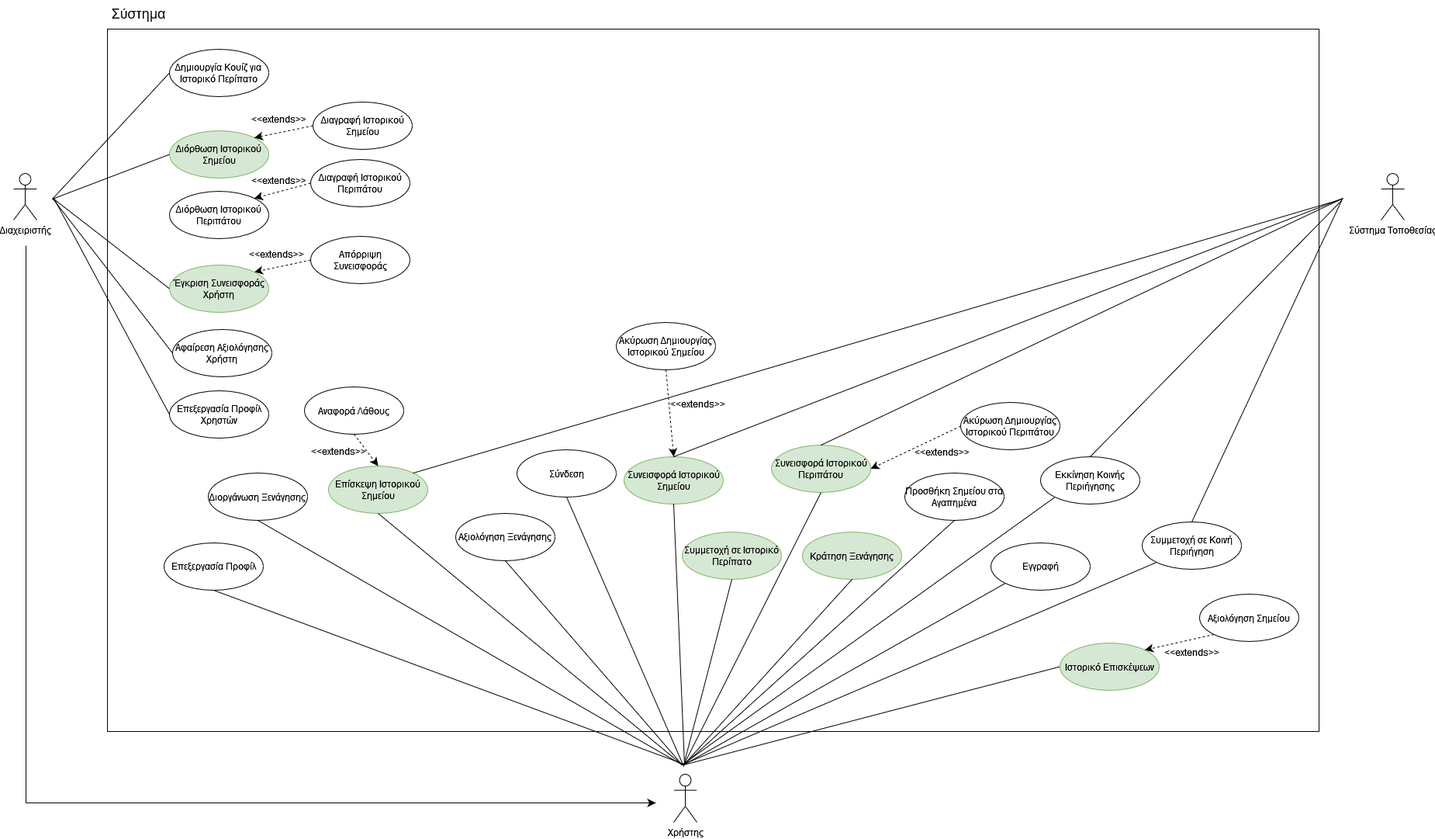
This is NOTES/Use Case Diagram v0.2.png from Nektar24/software-engineering, a draw.io export, as it was before one commit. Source tidied: cells renumbered, new cells last; positions are measured from the earlier drawing's top-left corner, leaving out a move shared by most shapes.
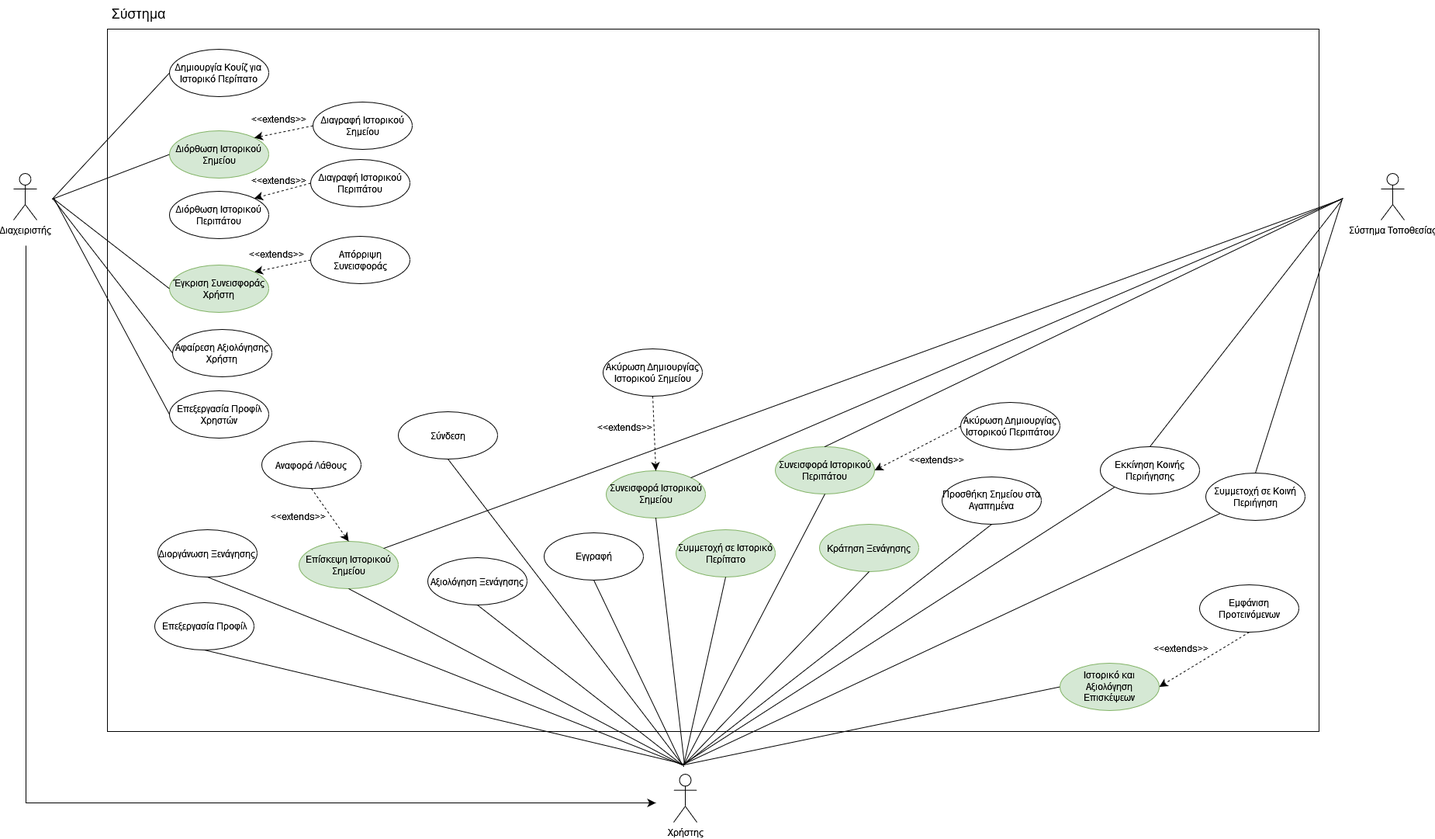
After the commit.

Commit message:
Correction in use case diagram v0.2

The edit, as a diff of the source:
```diff
@@ -78,38 +78,32 @@
       <mxGeometry x="298" y="137" width="88" height="31" as="geometry" />
     </mxCell>
     <mxCell id="23" value="Διοργάνωση Ξενάγησης" style="ellipse;whiteSpace=wrap;html=1;" parent="1" vertex="1">
-      <mxGeometry x="251" y="609" width="128" height="61" as="geometry" />
+      <mxGeometry x="186" y="682" width="128" height="61" as="geometry" />
     </mxCell>
     <mxCell id="24" value="Επεξεργασία Προφίλ" style="ellipse;whiteSpace=wrap;html=1;" parent="1" vertex="1">
-      <mxGeometry x="194" y="699" width="128" height="61" as="geometry" />
+      <mxGeometry x="182" y="776" width="128" height="61" as="geometry" />
     </mxCell>
     <mxCell id="25" value="Επίσκεψη Ιστορικού Σημείου" style="ellipse;whiteSpace=wrap;html=1;fillColor=#d5e8d4;strokeColor=#82b366;" parent="1" vertex="1">
-      <mxGeometry x="406" y="600" width="128" height="61" as="geometry" />
+      <mxGeometry x="368" y="697" width="128" height="61" as="geometry" />
     </mxCell>
-    <mxCell id="26" value="Αξιολόγηση Σημείου" style="ellipse;whiteSpace=wrap;html=1;" parent="1" vertex="1">
-      <mxGeometry x="1529" y="765" width="128" height="61" as="geometry" />
-    </mxCell>
     <mxCell id="27" value="Σύνδεση" style="ellipse;whiteSpace=wrap;html=1;" parent="1" vertex="1">
-      <mxGeometry x="649" y="579" width="128" height="61" as="geometry" />
+      <mxGeometry x="496" y="530" width="128" height="61" as="geometry" />
     </mxCell>
     <mxCell id="28" value="Αξιολόγηση Ξενάγησης" style="ellipse;whiteSpace=wrap;html=1;" parent="1" vertex="1">
-      <mxGeometry x="570" y="661" width="128" height="61" as="geometry" />
+      <mxGeometry x="534" y="718" width="128" height="61" as="geometry" />
     </mxCell>
     <mxCell id="29" value="Συνεισφορά Ιστορικού Σημείου" style="ellipse;whiteSpace=wrap;html=1;fillColor=#d5e8d4;strokeColor=#82b366;" parent="1" vertex="1">
-      <mxGeometry x="787" y="588" width="128" height="61" as="geometry" />
+      <mxGeometry x="764" y="606" width="128" height="61" as="geometry" />
     </mxCell>
     <mxCell id="30" value="Συμμετοχή σε Ιστορικό Περίπατο" style="ellipse;whiteSpace=wrap;html=1;fillColor=#d5e8d4;strokeColor=#82b366;" parent="1" vertex="1">
-      <mxGeometry x="862" y="685" width="128" height="61" as="geometry" />
+      <mxGeometry x="854" y="682" width="128" height="61" as="geometry" />
     </mxCell>
     <mxCell id="31" value="Συνεισφορά Ιστορικού Περιπάτου" style="ellipse;whiteSpace=wrap;html=1;fillColor=#d5e8d4;strokeColor=#82b366;" parent="1" vertex="1">
-      <mxGeometry x="977" y="573" width="128" height="61" as="geometry" />
+      <mxGeometry x="982" y="575" width="128" height="61" as="geometry" />
     </mxCell>
     <mxCell id="32" value="Κράτηση Ξενάγησης" style="ellipse;whiteSpace=wrap;html=1;fillColor=#d5e8d4;strokeColor=#82b366;" parent="1" vertex="1">
-      <mxGeometry x="1017" y="685" width="128" height="61" as="geometry" />
+      <mxGeometry x="1039" y="675" width="128" height="61" as="geometry" />
     </mxCell>
-    <mxCell id="33" value="Εγγραφή" style="ellipse;whiteSpace=wrap;html=1;" parent="1" vertex="1">
-      <mxGeometry x="1260" y="699" width="128" height="61" as="geometry" />
-    </mxCell>
     <mxCell id="34" style="edgeStyle=none;curved=1;rounded=0;jettySize=auto;html=1;exitX=0;exitY=0.5;exitDx=0;exitDy=0;entryX=1;entryY=0.5;entryDx=0;entryDy=0;fontSize=12;startSize=8;endSize=8;dashed=1;" parent="1" edge="1" source="35" target="31">
       <mxGeometry relative="1" as="geometry" />
     </mxCell>
@@ -120,19 +114,19 @@
       <mxGeometry relative="1" as="geometry" />
     </mxCell>
     <mxCell id="37" value="Ακύρωση Δημιουργίας Ιστορικού Σημείου" style="ellipse;whiteSpace=wrap;html=1;" parent="1" vertex="1">
-      <mxGeometry x="777" y="415" width="128" height="61" as="geometry" />
+      <mxGeometry x="760" y="449" width="128" height="61" as="geometry" />
     </mxCell>
     <mxCell id="38" value="Προσθήκη Σημείου στα Αγαπημένα" style="ellipse;whiteSpace=wrap;html=1;" parent="1" vertex="1">
-      <mxGeometry x="1149" y="609" width="128" height="61" as="geometry" />
+      <mxGeometry x="1197" y="614" width="128" height="61" as="geometry" />
     </mxCell>
     <mxCell id="39" value="Εκκίνηση Κοινής Περιήγησης" style="ellipse;whiteSpace=wrap;html=1;" parent="1" vertex="1">
-      <mxGeometry x="1324" y="588" width="128" height="61" as="geometry" />
+      <mxGeometry x="1401" y="575" width="128" height="61" as="geometry" />
     </mxCell>
     <mxCell id="40" value="Συμμετοχή σε Κοινή Περιήγηση" style="ellipse;whiteSpace=wrap;html=1;" parent="1" vertex="1">
-      <mxGeometry x="1455" y="672" width="128" height="61" as="geometry" />
+      <mxGeometry x="1537" y="609" width="128" height="61" as="geometry" />
     </mxCell>
-    <mxCell id="41" value="Ιστορικό Επισκέψεων" style="ellipse;whiteSpace=wrap;html=1;fillColor=#d5e8d4;strokeColor=#82b366;" parent="1" vertex="1">
-      <mxGeometry x="1349" y="828" width="128" height="61" as="geometry" />
+    <mxCell id="41" value="Ιστορικό και Αξιολόγηση Επισκέψεων" style="ellipse;whiteSpace=wrap;html=1;fillColor=#d5e8d4;strokeColor=#82b366;" parent="1" vertex="1">
+      <mxGeometry x="1349" y="854" width="128" height="61" as="geometry" />
     </mxCell>
     <mxCell id="42" style="endArrow=none;html=1;rounded=0;fontSize=12;startSize=8;endSize=8;curved=1;entryX=0.5;entryY=1;entryDx=0;entryDy=0;" parent="1" edge="1" target="25">
       <mxGeometry relative="1" as="geometry">
@@ -164,11 +158,6 @@
         <mxPoint x="864" y="985" as="sourcePoint" />
       </mxGeometry>
     </mxCell>
-    <mxCell id="48" style="endArrow=none;html=1;rounded=0;fontSize=12;startSize=8;endSize=8;curved=1;entryX=0;entryY=1;entryDx=0;entryDy=0;" parent="1" edge="1" target="33">
-      <mxGeometry relative="1" as="geometry">
-        <mxPoint x="864" y="985" as="sourcePoint" />
-      </mxGeometry>
-    </mxCell>
     <mxCell id="49" style="endArrow=none;html=1;rounded=0;fontSize=12;startSize=8;endSize=8;curved=1;entryX=0;entryY=1;entryDx=0;entryDy=0;" parent="1" edge="1" target="40">
       <mxGeometry relative="1" as="geometry">
         <mxPoint x="862" y="985" as="sourcePoint" />
@@ -209,7 +198,7 @@
         <mxPoint x="1714" y="255" as="targetPoint" />
       </mxGeometry>
     </mxCell>
-    <mxCell id="57" style="endArrow=none;html=1;rounded=0;fontSize=12;startSize=8;endSize=8;curved=1;exitX=0.5;exitY=0;exitDx=0;exitDy=0;" parent="1" edge="1" source="29">
+    <mxCell id="57" style="endArrow=none;html=1;rounded=0;fontSize=12;startSize=8;endSize=8;curved=1;exitX=1;exitY=0;exitDx=0;exitDy=0;" parent="1" edge="1" source="29">
       <mxGeometry relative="1" as="geometry">
         <mxPoint x="1714" y="255" as="targetPoint" />
       </mxGeometry>
@@ -225,10 +214,10 @@
       </mxGeometry>
     </mxCell>
     <mxCell id="60" value="&lt;font style=&quot;font-size: 12px;&quot;&gt;&amp;lt;&amp;lt;&lt;font style=&quot;font-size: 12px;&quot;&gt;extends&amp;gt;&amp;gt;&lt;/font&gt;&lt;/font&gt;" style="text;html=1;align=center;verticalAlign=middle;strokeColor=none;fillColor=none;fontSize=16;" parent="1" vertex="1">
-      <mxGeometry x="838" y="503" width="88" height="31" as="geometry" />
+      <mxGeometry x="744" y="533" width="88" height="31" as="geometry" />
     </mxCell>
     <mxCell id="61" value="&lt;font style=&quot;font-size: 12px;&quot;&gt;&amp;lt;&amp;lt;&lt;font style=&quot;font-size: 12px;&quot;&gt;extends&amp;gt;&amp;gt;&lt;/font&gt;&lt;/font&gt;" style="text;html=1;align=center;verticalAlign=middle;strokeColor=none;fillColor=none;fontSize=16;" parent="1" vertex="1">
-      <mxGeometry x="1153" y="565" width="88" height="31" as="geometry" />
+      <mxGeometry x="1146" y="575" width="88" height="31" as="geometry" />
     </mxCell>
     <mxCell id="62" value="&lt;font style=&quot;font-size: 18px;&quot;&gt;Σύστημα&lt;/font&gt;" style="text;html=1;align=center;verticalAlign=middle;strokeColor=none;fillColor=none;fontSize=16;" parent="1" vertex="1">
       <mxGeometry x="117" width="88" height="34" as="geometry" />
@@ -246,17 +235,11 @@
       <mxGeometry relative="1" as="geometry" />
     </mxCell>
     <mxCell id="65" value="Αναφορά Λάθους" style="ellipse;whiteSpace=wrap;html=1;" parent="1" vertex="1">
-      <mxGeometry x="375" y="498" width="128" height="61" as="geometry" />
+      <mxGeometry x="320" y="568" width="128" height="61" as="geometry" />
     </mxCell>
     <mxCell id="66" value="&lt;font style=&quot;font-size: 12px;&quot;&gt;&amp;lt;&amp;lt;extends&lt;font style=&quot;font-size: 12px;&quot;&gt;&amp;gt;&amp;gt;&lt;/font&gt;&lt;/font&gt;" style="text;html=1;align=center;verticalAlign=middle;strokeColor=none;fillColor=none;fontSize=16;" parent="1" vertex="1">
-      <mxGeometry x="375" y="564" width="88" height="31" as="geometry" />
+      <mxGeometry x="323" y="649" width="88" height="31" as="geometry" />
     </mxCell>
-    <mxCell id="67" style="edgeStyle=none;curved=1;rounded=0;jettySize=auto;html=1;exitX=0;exitY=1;exitDx=0;exitDy=0;entryX=1;entryY=0;entryDx=0;entryDy=0;fontSize=12;startSize=8;endSize=8;dashed=1;" parent="1" edge="1" source="26" target="41">
-      <mxGeometry relative="1" as="geometry" />
-    </mxCell>
-    <mxCell id="68" value="&lt;font style=&quot;font-size: 12px;&quot;&gt;&amp;lt;&amp;lt;&lt;font style=&quot;font-size: 12px;&quot;&gt;extends&amp;gt;&amp;gt;&lt;/font&gt;&lt;/font&gt;" style="text;html=1;align=center;verticalAlign=middle;strokeColor=none;fillColor=none;fontSize=16;" parent="1" vertex="1">
-      <mxGeometry x="1475" y="823" width="88" height="31" as="geometry" />
-    </mxCell>
     <mxCell id="69" value="Διόρθωση Ιστορικού Περιπάτου" style="ellipse;whiteSpace=wrap;html=1;" parent="1" vertex="1">
       <mxGeometry x="201" y="246" width="128" height="61" as="geometry" />
     </mxCell>
@@ -269,5 +252,22 @@
     <mxCell id="72" value="&lt;font style=&quot;font-size: 12px;&quot;&gt;&amp;lt;&amp;lt;&lt;font style=&quot;font-size: 12px;&quot;&gt;extends&amp;gt;&amp;gt;&lt;/font&gt;&lt;/font&gt;" style="text;html=1;align=center;verticalAlign=middle;strokeColor=none;fillColor=none;fontSize=16;" parent="1" vertex="1">
       <mxGeometry x="298" y="215" width="88" height="31" as="geometry" />
     </mxCell>
+    <mxCell id="33" value="Εγγραφή" style="ellipse;whiteSpace=wrap;html=1;" parent="1" vertex="1">
+      <mxGeometry x="684" y="686" width="128" height="61" as="geometry" />
+    </mxCell>
+    <mxCell id="73" style="endArrow=none;html=1;rounded=0;fontSize=12;startSize=8;endSize=8;curved=1;entryX=0.5;entryY=1;entryDx=0;entryDy=0;" parent="1" edge="1" target="33">
+      <mxGeometry relative="1" as="geometry">
+        <mxPoint x="862" y="985" as="sourcePoint" />
+      </mxGeometry>
+    </mxCell>
+    <mxCell id="74" value="Εμφάνιση Προτεινόμενων" style="ellipse;whiteSpace=wrap;html=1;" parent="1" vertex="1">
+      <mxGeometry x="1529" y="753" width="128" height="61" as="geometry" />
+    </mxCell>
+    <mxCell id="75" style="edgeStyle=none;curved=1;rounded=0;jettySize=auto;html=1;exitX=0.5;exitY=1;exitDx=0;exitDy=0;entryX=1;entryY=0.5;entryDx=0;entryDy=0;fontSize=12;startSize=8;endSize=8;dashed=1;" parent="1" edge="1" source="74" target="41">
+      <mxGeometry relative="1" as="geometry" />
+    </mxCell>
+    <mxCell id="68" value="&lt;font style=&quot;font-size: 12px;&quot;&gt;&amp;lt;&amp;lt;&lt;font style=&quot;font-size: 12px;&quot;&gt;extends&amp;gt;&amp;gt;&lt;/font&gt;&lt;/font&gt;" style="text;html=1;align=center;verticalAlign=middle;strokeColor=none;fillColor=none;fontSize=16;" parent="1" vertex="1">
+      <mxGeometry x="1461" y="819" width="88" height="31" as="geometry" />
+    </mxCell>
   </root>
 </mxGraphModel>
```
